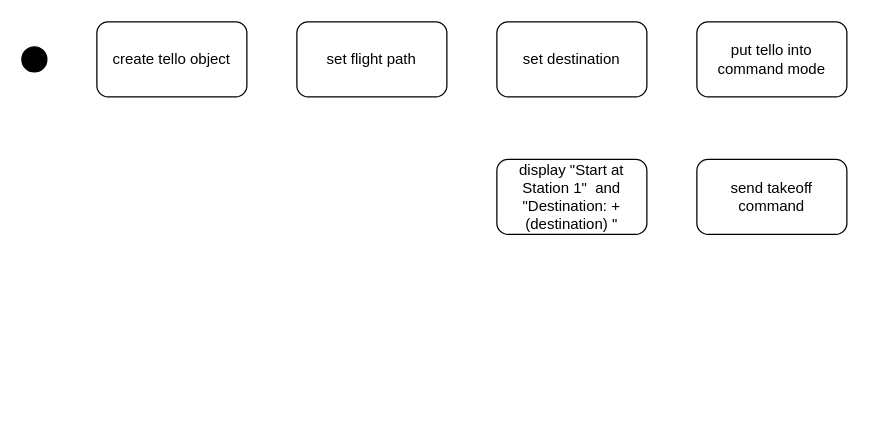
justn0thinghere/drawio keeps this draw.io diagram as tuto5wia2002q6.drawio. Above is the earlier version. Source tidied: cells renumbered, new cells numbered last; positions are measured from the earlier drawing's top-left corner, leaving out a move shared by most shapes. Both pictures are drawn from the tidied source at 125%, with x=0, y=0 at pixel (21, 21).
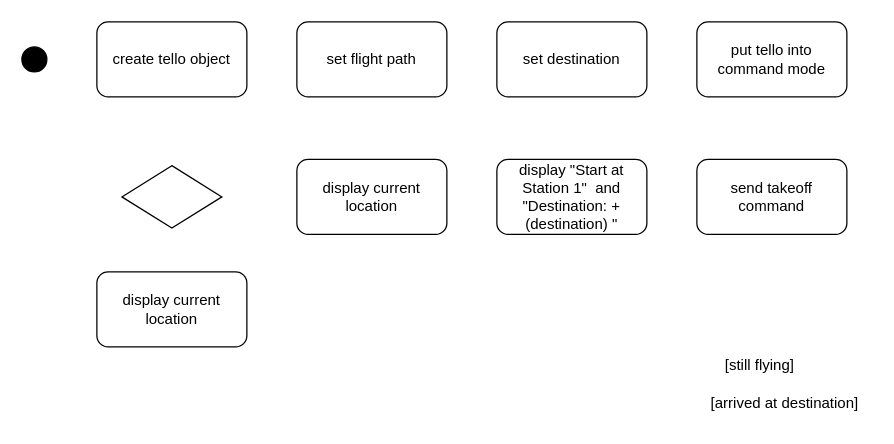
The same diagram, later.

Change to the diagram source:
```diff
@@
 <mxGraphModel>
   <root>
     <mxCell id="0" />
     <mxCell id="1" parent="0" />
     <mxCell id="2" style="ellipse;whiteSpace=wrap;html=1;fillColor=#000000;" parent="1" vertex="1">
       <mxGeometry y="20" width="20" height="20" as="geometry" />
     </mxCell>
     <mxCell id="3" value="create tello object" style="rounded=1;whiteSpace=wrap;html=1;" parent="1" vertex="1">
       <mxGeometry x="60" width="120" height="60" as="geometry" />
     </mxCell>
     <mxCell id="4" value="set flight path" style="rounded=1;whiteSpace=wrap;html=1;" parent="1" vertex="1">
       <mxGeometry x="220" width="120" height="60" as="geometry" />
     </mxCell>
     <mxCell id="5" value="set destination" style="rounded=1;whiteSpace=wrap;html=1;" parent="1" vertex="1">
       <mxGeometry x="380" width="120" height="60" as="geometry" />
     </mxCell>
     <mxCell id="6" value="put tello into command mode" style="rounded=1;whiteSpace=wrap;html=1;" parent="1" vertex="1">
       <mxGeometry x="540" width="120" height="60" as="geometry" />
     </mxCell>
     <mxCell id="7" value="send takeoff command" style="rounded=1;whiteSpace=wrap;html=1;" parent="1" vertex="1">
       <mxGeometry x="540" y="110" width="120" height="60" as="geometry" />
     </mxCell>
     <mxCell id="8" value="display &quot;Start at Station 1&quot;&amp;nbsp; and &quot;Destination: + (destination) &quot;" style="rounded=1;whiteSpace=wrap;html=1;" parent="1" vertex="1">
       <mxGeometry x="380" y="110" width="120" height="60" as="geometry" />
     </mxCell>
+    <mxCell id="9" value="display current location" style="rounded=1;whiteSpace=wrap;html=1;" parent="1" vertex="1">
+      <mxGeometry x="220" y="110" width="120" height="60" as="geometry" />
+    </mxCell>
+    <mxCell id="10" style="rhombus;whiteSpace=wrap;html=1;" parent="1" vertex="1">
+      <mxGeometry x="80" y="115" width="80" height="50" as="geometry" />
+    </mxCell>
+    <mxCell id="11" value="[arrived at destination]" style="text;html=1;align=center;verticalAlign=middle;strokeColor=none;fillColor=none;" parent="1" vertex="1">
+      <mxGeometry x="540" y="290" width="140" height="30" as="geometry" />
+    </mxCell>
+    <mxCell id="12" value="[still flying]" style="text;html=1;align=center;verticalAlign=middle;strokeColor=none;fillColor=none;" parent="1" vertex="1">
+      <mxGeometry x="550" y="260" width="80" height="30" as="geometry" />
+    </mxCell>
+    <mxCell id="13" value="display current location" style="rounded=1;whiteSpace=wrap;html=1;" parent="1" vertex="1">
+      <mxGeometry x="60" y="200" width="120" height="60" as="geometry" />
+    </mxCell>
   </root>
 </mxGraphModel>
```
